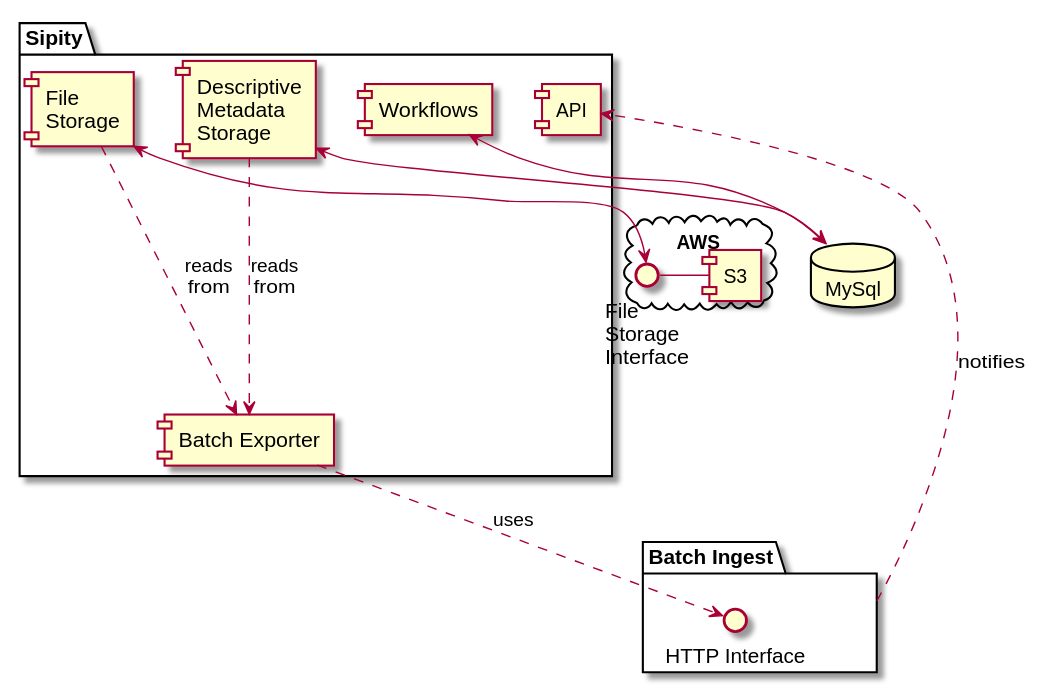
Above: plantuml/sipity.svg in ndlib/dam-ecosystem-mapping (PlantUML), before the change.
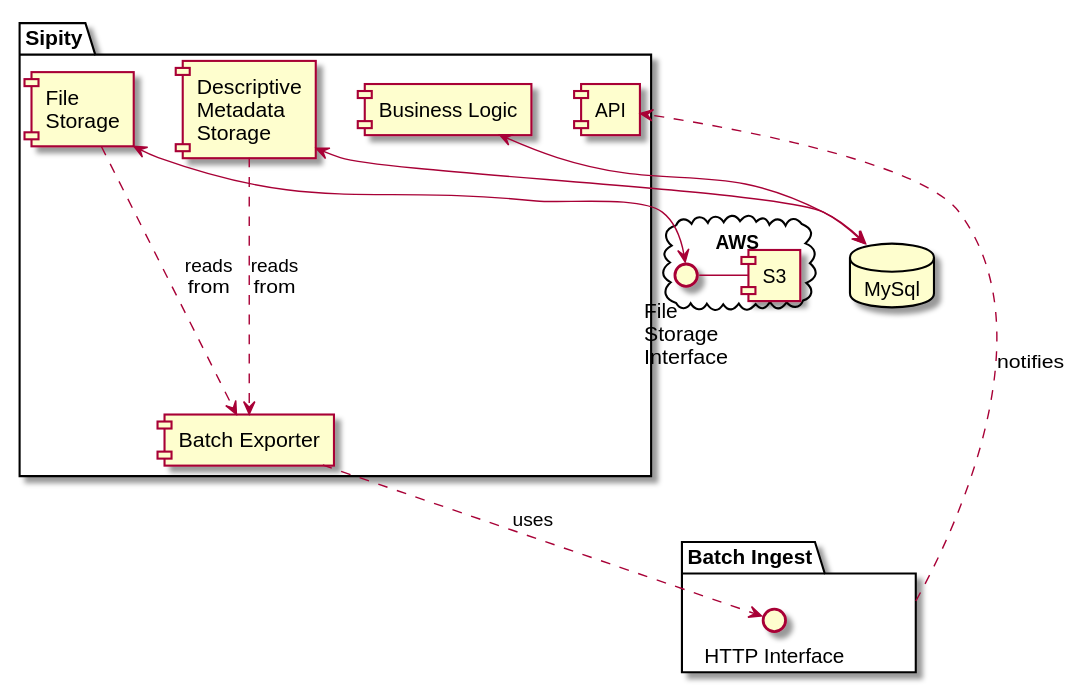
After the change.

Commit message:
Adding diagrams for systems

Diff of the diagram source:
```diff
@@ -4,7 +4,7 @@
   component "File\nStorage" as FS
   component "Descriptive\nMetadata\nStorage" as DMS
   component "Batch Exporter" as BE
-  component "Workflows" as SW
+  component "Business Logic" as SBL
   component "API" as SAPI
 
 }
@@ -27,6 +27,6 @@
 FS ..> BE : reads\nfrom
 DMS ..> BE : reads\nfrom
 BI ..> SAPI : notifies
-SW <--> MySql
+SBL <--> MySql
 
 @enduml
```
